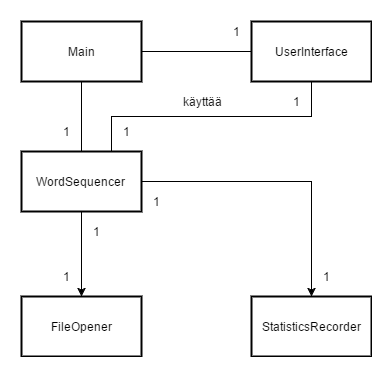
The draw.io diagram dokumentaatio/luokkakaavio.png in pavelgar/fastreader, before a commit. Source tidied: cells renumbered, new cells last; positions are measured from the earlier drawing's top-left corner, leaving out a move shared by most shapes. Its diagram source:
```xml
<mxGraphModel background="#ffffff">
  <root>
    <mxCell id="0" />
    <mxCell id="1" parent="0" />
    <mxCell id="2" style="edgeStyle=orthogonalEdgeStyle;rounded=0;html=1;jettySize=auto;endArrow=none;endFill=0;" parent="1" edge="1" source="4" target="8">
      <mxGeometry relative="1" as="geometry" />
    </mxCell>
    <mxCell id="3" style="edgeStyle=orthogonalEdgeStyle;rounded=0;html=1;jettySize=auto;shadow=0;endArrow=none;endFill=0;" parent="1" edge="1" source="4" target="7">
      <mxGeometry relative="1" as="geometry" />
    </mxCell>
    <mxCell id="4" value="Main" style="whiteSpace=wrap;html=1;strokeWidth=2;" parent="1" vertex="1">
      <mxGeometry width="120" height="60" as="geometry" />
    </mxCell>
    <mxCell id="5" style="edgeStyle=orthogonalEdgeStyle;rounded=0;html=1;exitX=0.75;exitY=0;entryX=0.5;entryY=1;shadow=0;startArrow=none;startFill=0;endArrow=none;endFill=0;jettySize=auto;" parent="1" edge="1" source="7" target="8">
      <mxGeometry relative="1" as="geometry" />
    </mxCell>
    <mxCell id="6" style="edgeStyle=orthogonalEdgeStyle;rounded=0;html=1;exitX=0.5;exitY=1;entryX=0.5;entryY=0;shadow=0;startArrow=none;startFill=0;endArrow=classic;endFill=1;jettySize=auto;" parent="1" edge="1" source="7" target="9">
      <mxGeometry relative="1" as="geometry" />
    </mxCell>
    <mxCell id="7" value="WordSequencer" style="whiteSpace=wrap;html=1;strokeWidth=2;" parent="1" vertex="1">
      <mxGeometry y="130" width="120" height="60" as="geometry" />
    </mxCell>
    <mxCell id="8" value="UserInterface" style="whiteSpace=wrap;html=1;strokeWidth=2;" parent="1" vertex="1">
      <mxGeometry x="230" width="120" height="60" as="geometry" />
    </mxCell>
    <mxCell id="9" value="FileOpener" style="whiteSpace=wrap;html=1;strokeWidth=2;direction=east;" parent="1" vertex="1">
      <mxGeometry y="275" width="120" height="60" as="geometry" />
    </mxCell>
    <mxCell id="10" value="1" style="text;html=1;strokeColor=none;fillColor=none;align=left;verticalAlign=middle;whiteSpace=wrap;" parent="1" vertex="1">
      <mxGeometry x="40" y="245" width="40" height="20" as="geometry" />
    </mxCell>
    <mxCell id="11" value="&lt;div style=&quot;text-align: right&quot;&gt;&lt;span&gt;1&lt;/span&gt;&lt;/div&gt;" style="text;html=1;strokeColor=none;fillColor=none;align=right;verticalAlign=middle;whiteSpace=wrap;" parent="1" vertex="1">
      <mxGeometry x="70" y="100" width="40" height="20" as="geometry" />
    </mxCell>
    <mxCell id="12" value="1" style="text;html=1;strokeColor=none;fillColor=none;align=right;verticalAlign=middle;whiteSpace=wrap;" parent="1" vertex="1">
      <mxGeometry x="180" width="40" height="20" as="geometry" />
    </mxCell>
    <mxCell id="13" value="1" style="text;html=1;strokeColor=none;fillColor=none;align=left;verticalAlign=middle;whiteSpace=wrap;" parent="1" vertex="1">
      <mxGeometry x="130" y="170" width="40" height="20" as="geometry" />
    </mxCell>
    <mxCell id="14" value="&lt;div style=&quot;text-align: center&quot;&gt;StatisticsRecorder&lt;/div&gt;" style="whiteSpace=wrap;html=1;strokeWidth=2;align=center;" parent="1" vertex="1">
      <mxGeometry x="230" y="275" width="120" height="60" as="geometry" />
    </mxCell>
    <mxCell id="15" value="&lt;div style=&quot;text-align: left&quot;&gt;&lt;span&gt;1&lt;/span&gt;&lt;/div&gt;" style="text;html=1;strokeColor=none;fillColor=none;align=left;verticalAlign=middle;whiteSpace=wrap;" parent="1" vertex="1">
      <mxGeometry x="40" y="100" width="40" height="20" as="geometry" />
    </mxCell>
    <mxCell id="16" value="1" style="text;html=1;strokeColor=none;fillColor=none;align=left;verticalAlign=middle;whiteSpace=wrap;" parent="1" vertex="1">
      <mxGeometry x="270" y="70" width="40" height="20" as="geometry" />
    </mxCell>
    <mxCell id="17" value="1" style="text;html=1;strokeColor=none;fillColor=none;align=right;verticalAlign=middle;whiteSpace=wrap;" parent="1" vertex="1">
      <mxGeometry x="40" y="200" width="40" height="20" as="geometry" />
    </mxCell>
    <mxCell id="18" value="käyttää" style="text;html=1;strokeColor=none;fillColor=none;align=center;verticalAlign=middle;whiteSpace=wrap;" parent="1" vertex="1">
      <mxGeometry x="160" y="70" width="40" height="20" as="geometry" />
    </mxCell>
    <mxCell id="19" value="1" style="text;html=1;strokeColor=none;fillColor=none;align=right;verticalAlign=middle;whiteSpace=wrap;" parent="1" vertex="1">
      <mxGeometry x="270" y="245" width="40" height="20" as="geometry" />
    </mxCell>
    <mxCell id="20" style="edgeStyle=orthogonalEdgeStyle;rounded=0;html=1;exitX=1;exitY=0.5;entryX=0.5;entryY=0;shadow=0;startArrow=none;startFill=0;endArrow=classic;endFill=1;jettySize=auto;" parent="1" edge="1" source="7" target="14">
      <mxGeometry relative="1" as="geometry">
        <Array as="points">
          <mxPoint x="290" y="160" />
        </Array>
      </mxGeometry>
    </mxCell>
  </root>
</mxGraphModel>
```
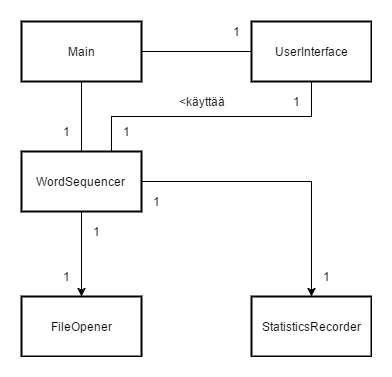
The same diagram one commit later.

Commit message:
Small change to class diagram

Change to the diagram source:
```diff
@@ -50,7 +50,7 @@
     <mxCell id="17" value="1" style="text;html=1;strokeColor=none;fillColor=none;align=right;verticalAlign=middle;whiteSpace=wrap;" parent="1" vertex="1">
       <mxGeometry x="40" y="200" width="40" height="20" as="geometry" />
     </mxCell>
-    <mxCell id="18" value="käyttää" style="text;html=1;strokeColor=none;fillColor=none;align=center;verticalAlign=middle;whiteSpace=wrap;" parent="1" vertex="1">
+    <mxCell id="18" value="&amp;lt;käyttää" style="text;html=1;strokeColor=none;fillColor=none;align=center;verticalAlign=middle;whiteSpace=wrap;" parent="1" vertex="1">
       <mxGeometry x="160" y="70" width="40" height="20" as="geometry" />
     </mxCell>
     <mxCell id="19" value="1" style="text;html=1;strokeColor=none;fillColor=none;align=right;verticalAlign=middle;whiteSpace=wrap;" parent="1" vertex="1">
```
